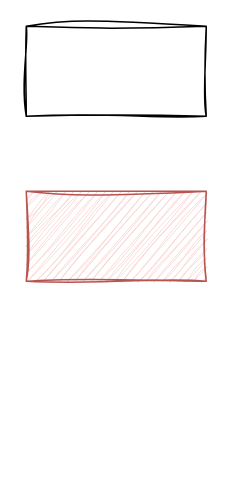
The draw.io diagram draw/未命名绘图.drawio in Rodert/javapub_oss, before the edit. Source tidied: cells renumbered, new cells numbered last; positions are measured from the earlier drawing's top-left corner, leaving out a move shared by most shapes. Both pictures are drawn from the tidied source at 150%, with x=0, y=0 at pixel (26, 26).
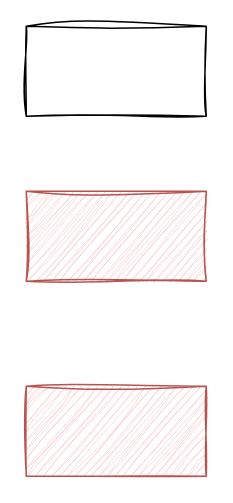
Above is the later version.

Commit message:
更新未命名绘图.drawio

Diff of the diagram source:
```diff
@@
 <mxGraphModel>
   <root>
     <mxCell id="0" />
     <mxCell id="1" parent="0" />
     <mxCell id="2" style="rounded=0;whiteSpace=wrap;html=1;shadow=0;glass=0;sketch=1;curveFitting=1;jiggle=2;" parent="1" vertex="1">
       <mxGeometry width="120" height="60" as="geometry" />
     </mxCell>
     <mxCell id="3" style="rounded=0;whiteSpace=wrap;html=1;fillColor=#f8cecc;strokeColor=#b85450;shadow=0;glass=0;sketch=1;curveFitting=1;jiggle=2;" parent="1" vertex="1">
       <mxGeometry y="110" width="120" height="60" as="geometry" />
     </mxCell>
+    <mxCell id="4" style="rounded=0;whiteSpace=wrap;html=1;fillColor=#f8cecc;strokeColor=#b85450;shadow=0;glass=0;sketch=1;curveFitting=1;jiggle=2;" parent="1" vertex="1">
+      <mxGeometry y="240" width="120" height="60" as="geometry" />
+    </mxCell>
   </root>
 </mxGraphModel>
```
